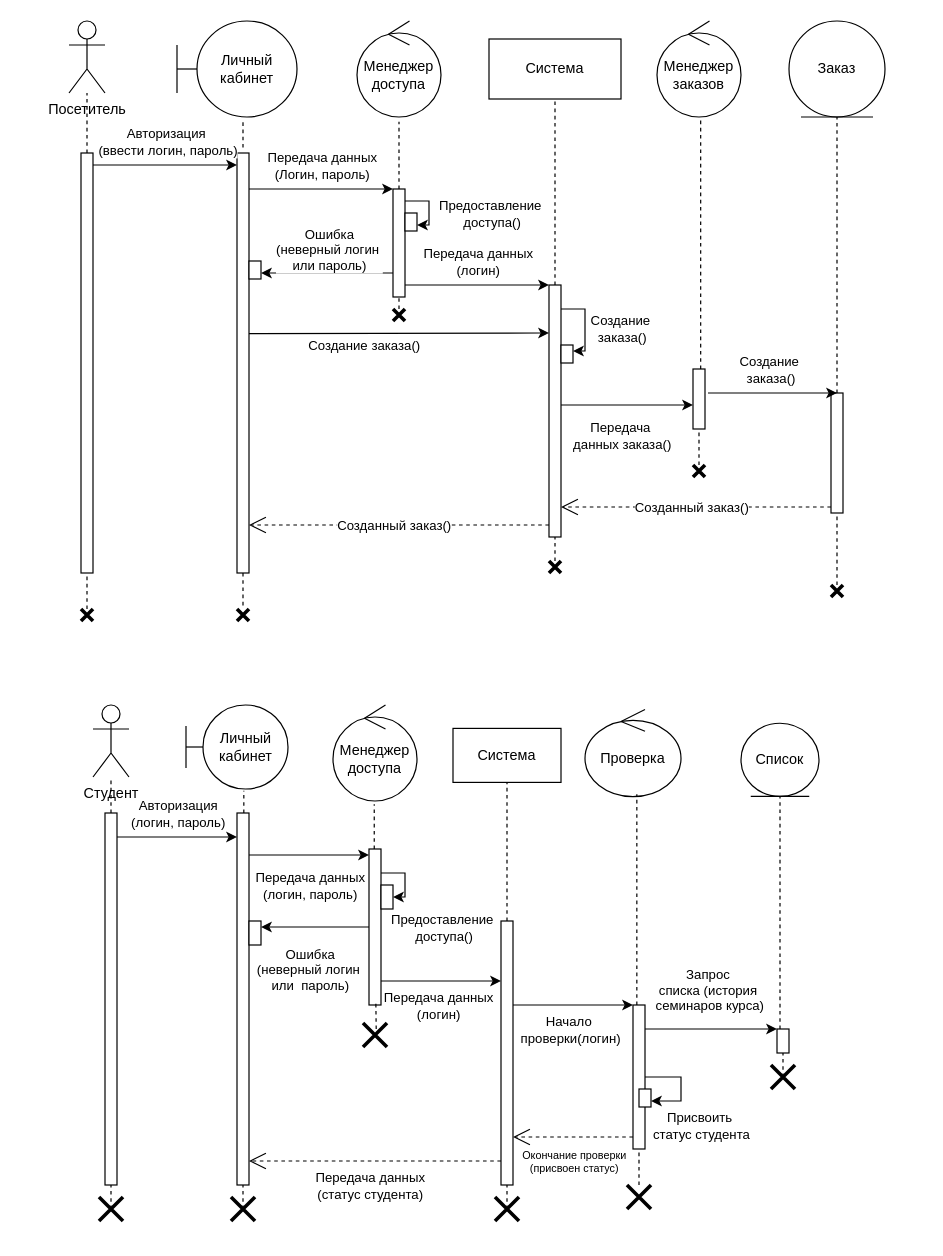
mopsin666/AKMS keeps this draw.io diagram as AKMS_4.drawio. Above is the earlier version. Source tidied: cells renumbered, new cells numbered last; positions are measured from the earlier drawing's top-left corner, leaving out a move shared by most shapes. Both pictures are drawn from the tidied source at 120%, with x=0, y=0 at pixel (68, 20).
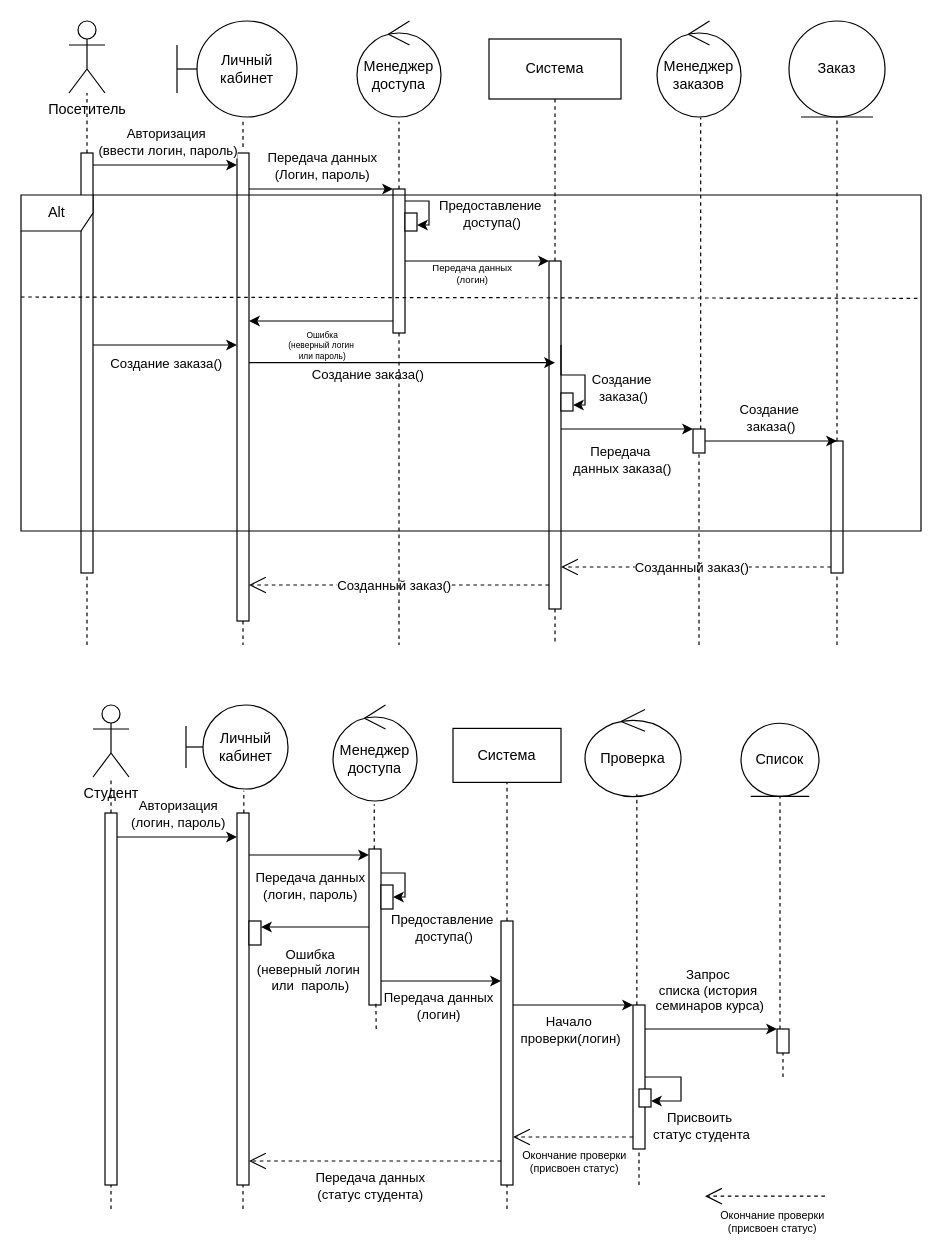
The same page after the edit.

Unchanged cells that the change refers to:
```xml
<mxCell id="8" style="html=1;points=[[0,0,0,0,5],[0,1,0,0,-5],[1,0,0,0,5],[1,1,0,0,-5]];perimeter=orthogonalPerimeter;outlineConnect=0;targetShapes=umlLifeline;portConstraint=eastwest;newEdgeStyle={&quot;curved&quot;:0,&quot;rounded&quot;:0};" parent="1" vertex="1">
  <mxGeometry x="10" y="110" width="10" height="350" as="geometry" />
</mxCell>
```

The edit, as a diff of the source:
```diff
@@
     <mxCell id="10" style="html=1;points=[[0,0,0,0,5],[0,1,0,0,-5],[1,0,0,0,5],[1,1,0,0,-5]];perimeter=orthogonalPerimeter;outlineConnect=0;targetShapes=umlLifeline;portConstraint=eastwest;newEdgeStyle={&quot;curved&quot;:0,&quot;rounded&quot;:0};" parent="1" vertex="1">
-      <mxGeometry x="140" y="110" width="10" height="350" as="geometry" />
+      <mxGeometry x="140" y="110" width="10" height="390" as="geometry" />
     </mxCell>
@@
     <mxCell id="16" style="html=1;points=[[0,0,0,0,5],[0,1,0,0,-5],[1,0,0,0,5],[1,1,0,0,-5]];perimeter=orthogonalPerimeter;outlineConnect=0;targetShapes=umlLifeline;portConstraint=eastwest;newEdgeStyle={&quot;curved&quot;:0,&quot;rounded&quot;:0};" parent="1" vertex="1">
-      <mxGeometry x="270" y="140" width="10" height="90" as="geometry" />
+      <mxGeometry x="270" y="140" width="10" height="120" as="geometry" />
     </mxCell>
@@
-    <mxCell id="21" style="endArrow=classic;html=1;rounded=0;entryX=1;entryY=1;entryDx=0;entryDy=-5;entryPerimeter=0;" parent="1" edge="1">
+    <mxCell id="21" style="endArrow=classic;html=1;rounded=0;" parent="1" edge="1" target="10">
       <mxGeometry relative="1" as="geometry">
-        <mxPoint x="270" y="210" as="sourcePoint" />
-        <mxPoint x="160" y="210" as="targetPoint" />
+        <mxPoint x="270" y="250" as="sourcePoint" />
       </mxGeometry>
     </mxCell>
-    <mxCell id="22" value="Ошибка&lt;div&gt;(неверный логин&amp;nbsp;&lt;/div&gt;&lt;div&gt;или пароль)&lt;/div&gt;" style="edgeLabel;html=1;align=center;verticalAlign=middle;" parent="21" vertex="1">
+    <mxCell id="22" value="Ошибка&lt;div&gt;(неверный логин&amp;nbsp;&lt;/div&gt;&lt;div&gt;или пароль)&lt;/div&gt;" style="edgeLabel;html=1;align=center;verticalAlign=middle;fontSize=7;" parent="21" vertex="1">
       <mxGeometry x="0.32" y="-3" relative="1" as="geometry">
-        <mxPoint x="19" y="-17" as="offset" />
+        <mxPoint x="19" y="23" as="offset" />
       </mxGeometry>
     </mxCell>
-    <mxCell id="23" style="html=1;perimeter=orthogonalPerimeter;targetShapes=umlLifeline;newEdgeStyle={&quot;curved&quot;:0,&quot;rounded&quot;:0};" parent="1" vertex="1">
-      <mxGeometry x="150" y="200" width="10" height="15" as="geometry" />
-    </mxCell>
@@
     <mxCell id="25" style="html=1;points=[[0,0,0,0,5],[0,1,0,0,-5],[1,0,0,0,5],[1,1,0,0,-5]];perimeter=orthogonalPerimeter;outlineConnect=0;targetShapes=umlLifeline;portConstraint=eastwest;newEdgeStyle={&quot;curved&quot;:0,&quot;rounded&quot;:0};" parent="1" vertex="1">
-      <mxGeometry x="400" y="220" width="10" height="210" as="geometry" />
+      <mxGeometry x="400" y="200" width="10" height="290" as="geometry" />
     </mxCell>
-    <mxCell id="26" style="endArrow=open;dashed=1;endFill=0;endSize=12;html=1;rounded=0;" parent="1" edge="1" target="10">
+    <mxCell id="26" style="endArrow=open;dashed=1;endFill=0;endSize=12;html=1;rounded=0;" parent="1" edge="1">
       <mxGeometry relative="1" as="geometry">
-        <mxPoint x="400" y="420" as="sourcePoint" />
+        <mxPoint x="400" y="470" as="sourcePoint" />
+        <mxPoint x="150" y="470" as="targetPoint" />
       </mxGeometry>
     </mxCell>
@@
     <mxCell id="28" style="endArrow=classic;html=1;rounded=0;entryX=0;entryY=0.5;entryDx=0;entryDy=0;entryPerimeter=0;" parent="1" edge="1">
       <mxGeometry relative="1" as="geometry">
-        <mxPoint x="150" y="260.5" as="sourcePoint" />
-        <mxPoint x="400" y="260" as="targetPoint" />
+        <mxPoint x="150" y="284.7" as="sourcePoint" />
+        <mxPoint x="405" y="284.7" as="targetPoint" />
       </mxGeometry>
     </mxCell>
@@
     <mxCell id="30" style="html=1;points=[[0,0,0,0,5],[0,1,0,0,-5],[1,0,0,0,5],[1,1,0,0,-5]];perimeter=orthogonalPerimeter;outlineConnect=0;targetShapes=umlLifeline;portConstraint=eastwest;newEdgeStyle={&quot;curved&quot;:0,&quot;rounded&quot;:0};" parent="1" vertex="1">
-      <mxGeometry x="410" y="270" width="10" height="15" as="geometry" />
+      <mxGeometry x="410" y="310" width="10" height="15" as="geometry" />
     </mxCell>
-    <mxCell id="31" style="edgeStyle=orthogonalEdgeStyle;rounded=0;jettySize=auto;html=1;curved=0;entryX=1;entryY=0;entryDx=0;entryDy=5;entryPerimeter=0;" parent="1" edge="1" target="30">
+    <mxCell id="31" style="edgeStyle=orthogonalEdgeStyle;rounded=0;orthogonalLoop=1;jettySize=auto;html=1;curved=0;entryX=1;entryY=0;entryDx=0;entryDy=5;entryPerimeter=0;" parent="1" edge="1">
       <mxGeometry relative="1" as="geometry">
-        <mxPoint x="410" y="240" as="sourcePoint" />
+        <mxPoint x="410" y="270" as="sourcePoint" />
+        <mxPoint x="420" y="320" as="targetPoint" />
         <Array as="points">
-          <mxPoint x="430" y="240" />
-          <mxPoint x="430" y="275" />
+          <mxPoint x="410" y="295" />
+          <mxPoint x="430" y="295" />
+          <mxPoint x="430" y="320" />
         </Array>
       </mxGeometry>
     </mxCell>
     <mxCell id="32" value="Создание&amp;nbsp;&lt;div&gt;заказа()&lt;/div&gt;" style="edgeLabel;html=1;align=center;verticalAlign=middle;" parent="31" vertex="1">
       <mxGeometry x="-0.21" y="-1" relative="1" as="geometry">
-        <mxPoint x="31" y="10" as="offset" />
+        <mxPoint x="44" y="9" as="offset" />
       </mxGeometry>
     </mxCell>
     <mxCell id="33" style="html=1;points=[[0,0,0,0,5],[0,1,0,0,-5],[1,0,0,0,5],[1,1,0,0,-5]];perimeter=orthogonalPerimeter;outlineConnect=0;targetShapes=umlLifeline;portConstraint=eastwest;newEdgeStyle={&quot;curved&quot;:0,&quot;rounded&quot;:0};" parent="1" vertex="1">
-      <mxGeometry x="520" y="290" width="10" height="50" as="geometry" />
+      <mxGeometry x="520" y="340" width="10" height="20" as="geometry" />
     </mxCell>
@@
-    <mxCell id="35" style="edgeStyle=orthogonalEdgeStyle;rounded=0;jettySize=auto;html=1;curved=0;entryX=0;entryY=0;entryDx=0;entryDy=5;entryPerimeter=0;" parent="1" edge="1" source="25">
+    <mxCell id="35" style="edgeStyle=orthogonalEdgeStyle;rounded=0;orthogonalLoop=1;jettySize=auto;html=1;curved=0;entryX=0;entryY=0;entryDx=0;entryDy=5;entryPerimeter=0;" parent="1" edge="1">
       <mxGeometry relative="1" as="geometry">
-        <mxPoint x="520" y="320" as="targetPoint" />
+        <mxPoint x="410" y="340" as="sourcePoint" />
+        <mxPoint x="520" y="340" as="targetPoint" />
         <Array as="points">
-          <mxPoint x="420" y="320" />
-          <mxPoint x="420" y="320" />
+          <mxPoint x="420" y="340" />
+          <mxPoint x="420" y="340" />
         </Array>
       </mxGeometry>
     </mxCell>
@@
     <mxCell id="37" style="html=1;points=[[0,0,0,0,5],[0,1,0,0,-5],[1,0,0,0,5],[1,1,0,0,-5]];perimeter=orthogonalPerimeter;outlineConnect=0;targetShapes=umlLifeline;portConstraint=eastwest;newEdgeStyle={&quot;curved&quot;:0,&quot;rounded&quot;:0};" parent="1" vertex="1">
-      <mxGeometry x="635" y="310" width="10" height="100" as="geometry" />
+      <mxGeometry x="635" y="350" width="10" height="110" as="geometry" />
     </mxCell>
@@
-    <mxCell id="65" style="endArrow=classic;html=1;rounded=0;" parent="1" edge="1" source="16" target="25">
-      <mxGeometry relative="1" as="geometry" />
+    <mxCell id="65" style="endArrow=classic;html=1;rounded=0;" parent="1" edge="1">
+      <mxGeometry relative="1" as="geometry">
+        <mxPoint x="280" y="200" as="sourcePoint" />
+        <mxPoint x="400" y="200" as="targetPoint" />
+      </mxGeometry>
     </mxCell>
-    <mxCell id="66" value="Передача данных&lt;div&gt;(логин)&lt;/div&gt;" style="edgeLabel;html=1;align=center;verticalAlign=middle;" parent="65" vertex="1">
+    <mxCell id="66" value="Передача данных&lt;div&gt;(логин)&lt;/div&gt;" style="edgeLabel;html=1;align=center;verticalAlign=middle;fontSize=8;" parent="65" vertex="1">
       <mxGeometry x="0.32" y="-3" relative="1" as="geometry">
-        <mxPoint x="-19" y="-23" as="offset" />
+        <mxPoint x="-24" y="7" as="offset" />
       </mxGeometry>
     </mxCell>
@@
-    <mxCell id="76" style="shape=umlDestroy;whiteSpace=wrap;html=1;strokeWidth=3;targetShapes=umlLifeline;" parent="1" vertex="1">
-      <mxGeometry x="585" y="870" width="20" height="20" as="geometry" />
-    </mxCell>
     <mxCell id="77" style="endArrow=open;dashed=1;endFill=0;endSize=12;html=1;rounded=0;" parent="1" edge="1">
       <mxGeometry relative="1" as="geometry">
-        <mxPoint x="470" y="930" as="sourcePoint" />
-        <mxPoint x="370" y="930" as="targetPoint" />
+        <mxPoint x="630" y="979.3" as="sourcePoint" />
+        <mxPoint x="530" y="979.3" as="targetPoint" />
       </mxGeometry>
     </mxCell>
     <mxCell id="78" value="Окончание проверки&lt;div&gt;(присвоен статус&lt;span style=&quot;background-color: light-dark(#ffffff, var(--ge-dark-color, #121212)); color: light-dark(rgb(0, 0, 0), rgb(255, 255, 255));&quot;&gt;)&lt;/span&gt;&lt;/div&gt;" style="edgeLabel;html=1;align=center;verticalAlign=middle;fontSize=9;" parent="77" vertex="1">
       <mxGeometry x="0.04" relative="1" as="geometry">
-        <mxPoint x="2" y="20" as="offset" />
+        <mxPoint x="7" y="21" as="offset" />
       </mxGeometry>
     </mxCell>
-    <mxCell id="79" style="endArrow=none;dashed=1;html=1;rounded=0;" parent="1" edge="1" target="16">
-      <mxGeometry relative="1" as="geometry">
-        <mxPoint x="275" y="240" as="sourcePoint" />
-      </mxGeometry>
-    </mxCell>
-    <mxCell id="80" style="shape=umlDestroy;whiteSpace=wrap;html=1;strokeWidth=3;targetShapes=umlLifeline;" parent="1" vertex="1">
-      <mxGeometry x="270" y="240" width="10" height="10" as="geometry" />
-    </mxCell>
-    <mxCell id="81" style="endArrow=none;dashed=1;html=1;rounded=0;" parent="1" edge="1" source="82">
-      <mxGeometry relative="1" as="geometry">
-        <mxPoint x="405" y="430" as="targetPoint" />
-      </mxGeometry>
-    </mxCell>
-    <mxCell id="82" style="shape=umlDestroy;whiteSpace=wrap;html=1;strokeWidth=3;targetShapes=umlLifeline;" parent="1" vertex="1">
-      <mxGeometry x="400" y="450" width="10" height="10" as="geometry" />
-    </mxCell>
-    <mxCell id="83" style="endArrow=none;dashed=1;html=1;rounded=0;entryX=0.5;entryY=0;entryDx=0;entryDy=0;entryPerimeter=0;" parent="1" edge="1" source="10" target="84">
-      <mxGeometry relative="1" as="geometry" />
+    <mxCell id="83" style="endArrow=none;dashed=1;html=1;rounded=0;" parent="1" edge="1" source="10">
+      <mxGeometry relative="1" as="geometry">
+        <mxPoint x="145" y="520" as="targetPoint" />
+      </mxGeometry>
     </mxCell>
-    <mxCell id="84" style="shape=umlDestroy;whiteSpace=wrap;html=1;strokeWidth=3;targetShapes=umlLifeline;" parent="1" vertex="1">
-      <mxGeometry x="140" y="490" width="10" height="10" as="geometry" />
-    </mxCell>
-    <mxCell id="85" style="endArrow=none;dashed=1;html=1;rounded=0;entryX=0.5;entryY=1;entryDx=0;entryDy=0;entryPerimeter=0;" parent="1" edge="1" target="33">
-      <mxGeometry relative="1" as="geometry">
-        <mxPoint x="525" y="370" as="sourcePoint" />
-      </mxGeometry>
-    </mxCell>
-    <mxCell id="86" style="shape=umlDestroy;whiteSpace=wrap;html=1;strokeWidth=3;targetShapes=umlLifeline;" parent="1" vertex="1">
-      <mxGeometry x="520" y="370" width="10" height="10" as="geometry" />
-    </mxCell>
-    <mxCell id="87" style="shape=umlDestroy;whiteSpace=wrap;html=1;strokeWidth=3;targetShapes=umlLifeline;" parent="1" vertex="1">
-      <mxGeometry x="635" y="470" width="10" height="10" as="geometry" />
-    </mxCell>
-    <mxCell id="88" style="endArrow=none;dashed=1;html=1;rounded=0;exitX=0.5;exitY=0;exitDx=0;exitDy=0;exitPerimeter=0;" parent="1" edge="1" source="89" target="8">
-      <mxGeometry relative="1" as="geometry" />
+    <mxCell id="88" style="endArrow=none;dashed=1;html=1;rounded=0;" parent="1" edge="1" target="8">
+      <mxGeometry relative="1" as="geometry">
+        <mxPoint x="15" y="520" as="sourcePoint" />
+      </mxGeometry>
     </mxCell>
-    <mxCell id="89" style="shape=umlDestroy;whiteSpace=wrap;html=1;strokeWidth=3;targetShapes=umlLifeline;" parent="1" vertex="1">
-      <mxGeometry x="10" y="490" width="10" height="10" as="geometry" />
-    </mxCell>
@@
-    <mxCell id="91" style="shape=umlDestroy;whiteSpace=wrap;html=1;strokeWidth=3;targetShapes=umlLifeline;" parent="1" vertex="1">
-      <mxGeometry x="245" y="835" width="20" height="20" as="geometry" />
-    </mxCell>
@@
-    <mxCell id="93" style="shape=umlDestroy;whiteSpace=wrap;html=1;strokeWidth=3;targetShapes=umlLifeline;" parent="1" vertex="1">
-      <mxGeometry x="465" y="970" width="20" height="20" as="geometry" />
-    </mxCell>
@@
-    <mxCell id="100" style="shape=umlDestroy;whiteSpace=wrap;html=1;strokeWidth=3;targetShapes=umlLifeline;" parent="1" vertex="1">
-      <mxGeometry x="355" y="980" width="20" height="20" as="geometry" />
-    </mxCell>
@@
-    <mxCell id="102" style="shape=umlDestroy;whiteSpace=wrap;html=1;strokeWidth=3;targetShapes=umlLifeline;" parent="1" vertex="1">
-      <mxGeometry x="135" y="980" width="20" height="20" as="geometry" />
-    </mxCell>
@@
-    <mxCell id="104" style="shape=umlDestroy;whiteSpace=wrap;html=1;strokeWidth=3;targetShapes=umlLifeline;" parent="1" vertex="1">
-      <mxGeometry x="25" y="980" width="20" height="20" as="geometry" />
-    </mxCell>
-    <mxCell id="105" style="endArrow=classic;html=1;rounded=0;" parent="1" edge="1">
+    <mxCell id="105" style="endArrow=classic;html=1;rounded=0;exitX=1;exitY=0.2;exitDx=0;exitDy=0;exitPerimeter=0;" parent="1" edge="1">
       <mxGeometry relative="1" as="geometry">
-        <mxPoint x="532.5" y="310" as="sourcePoint" />
-        <mxPoint x="640" y="310" as="targetPoint" />
+        <mxPoint x="530" y="350" as="sourcePoint" />
+        <mxPoint x="640" y="350" as="targetPoint" />
       </mxGeometry>
     </mxCell>
@@
-    <mxCell id="109" style="endArrow=none;dashed=1;html=1;rounded=0;exitX=0.5;exitY=0;exitDx=0;exitDy=0;exitPerimeter=0;" parent="1" edge="1" source="87" target="37">
-      <mxGeometry relative="1" as="geometry" />
+    <mxCell id="109" style="endArrow=none;dashed=1;html=1;rounded=0;" parent="1" edge="1" target="37">
+      <mxGeometry relative="1" as="geometry">
+        <mxPoint x="640" y="520" as="sourcePoint" />
+      </mxGeometry>
     </mxCell>
+    <mxCell id="110" value="Alt" style="shape=umlFrame;whiteSpace=wrap;html=1;" parent="1" vertex="1">
+      <mxGeometry x="-40" y="145" width="750" height="280" as="geometry" />
+    </mxCell>
+    <mxCell id="111" style="endArrow=none;dashed=1;html=1;rounded=0;exitX=0.001;exitY=0.26;exitDx=0;exitDy=0;exitPerimeter=0;entryX=1.001;entryY=0.264;entryDx=0;entryDy=0;entryPerimeter=0;" parent="1" edge="1">
+      <mxGeometry relative="1" as="geometry">
+        <mxPoint x="-40" y="230" as="sourcePoint" />
+        <mxPoint x="710" y="231.1" as="targetPoint" />
+      </mxGeometry>
+    </mxCell>
+    <mxCell id="112" style="endArrow=classic;html=1;rounded=0;" parent="1" edge="1" target="10">
+      <mxGeometry relative="1" as="geometry">
+        <mxPoint x="20" y="270" as="sourcePoint" />
+      </mxGeometry>
+    </mxCell>
+    <mxCell id="113" value="Создание заказа()" style="edgeLabel;html=1;align=center;verticalAlign=middle;" parent="112" vertex="1">
+      <mxGeometry x="0.32" y="-3" relative="1" as="geometry">
+        <mxPoint x="-19" y="12" as="offset" />
+      </mxGeometry>
+    </mxCell>
+    <mxCell id="114" style="endArrow=none;dashed=1;html=1;rounded=0;" parent="1" edge="1">
+      <mxGeometry relative="1" as="geometry">
+        <mxPoint x="525" y="520" as="sourcePoint" />
+        <mxPoint x="525" y="360" as="targetPoint" />
+      </mxGeometry>
+    </mxCell>
+    <mxCell id="115" style="endArrow=none;dashed=1;html=1;rounded=0;" parent="1" edge="1" source="25">
+      <mxGeometry relative="1" as="geometry">
+        <mxPoint x="405" y="520" as="targetPoint" />
+      </mxGeometry>
+    </mxCell>
+    <mxCell id="116" style="endArrow=none;dashed=1;html=1;rounded=0;" parent="1" edge="1">
+      <mxGeometry relative="1" as="geometry">
+        <mxPoint x="275" y="260" as="sourcePoint" />
+        <mxPoint x="275" y="520" as="targetPoint" />
+      </mxGeometry>
+    </mxCell>
+    <mxCell id="117" style="endArrow=open;dashed=1;endFill=0;endSize=12;html=1;rounded=0;" parent="1" edge="1">
+      <mxGeometry relative="1" as="geometry">
+        <mxPoint x="470" y="930" as="sourcePoint" />
+        <mxPoint x="370" y="930" as="targetPoint" />
+      </mxGeometry>
+    </mxCell>
+    <mxCell id="118" value="Окончание проверки&lt;div&gt;(присвоен статус&lt;span style=&quot;background-color: light-dark(#ffffff, var(--ge-dark-color, #121212)); color: light-dark(rgb(0, 0, 0), rgb(255, 255, 255));&quot;&gt;)&lt;/span&gt;&lt;/div&gt;" style="edgeLabel;html=1;align=center;verticalAlign=middle;fontSize=9;" parent="117" vertex="1">
+      <mxGeometry x="0.04" relative="1" as="geometry">
+        <mxPoint x="2" y="20" as="offset" />
+      </mxGeometry>
+    </mxCell>
```
